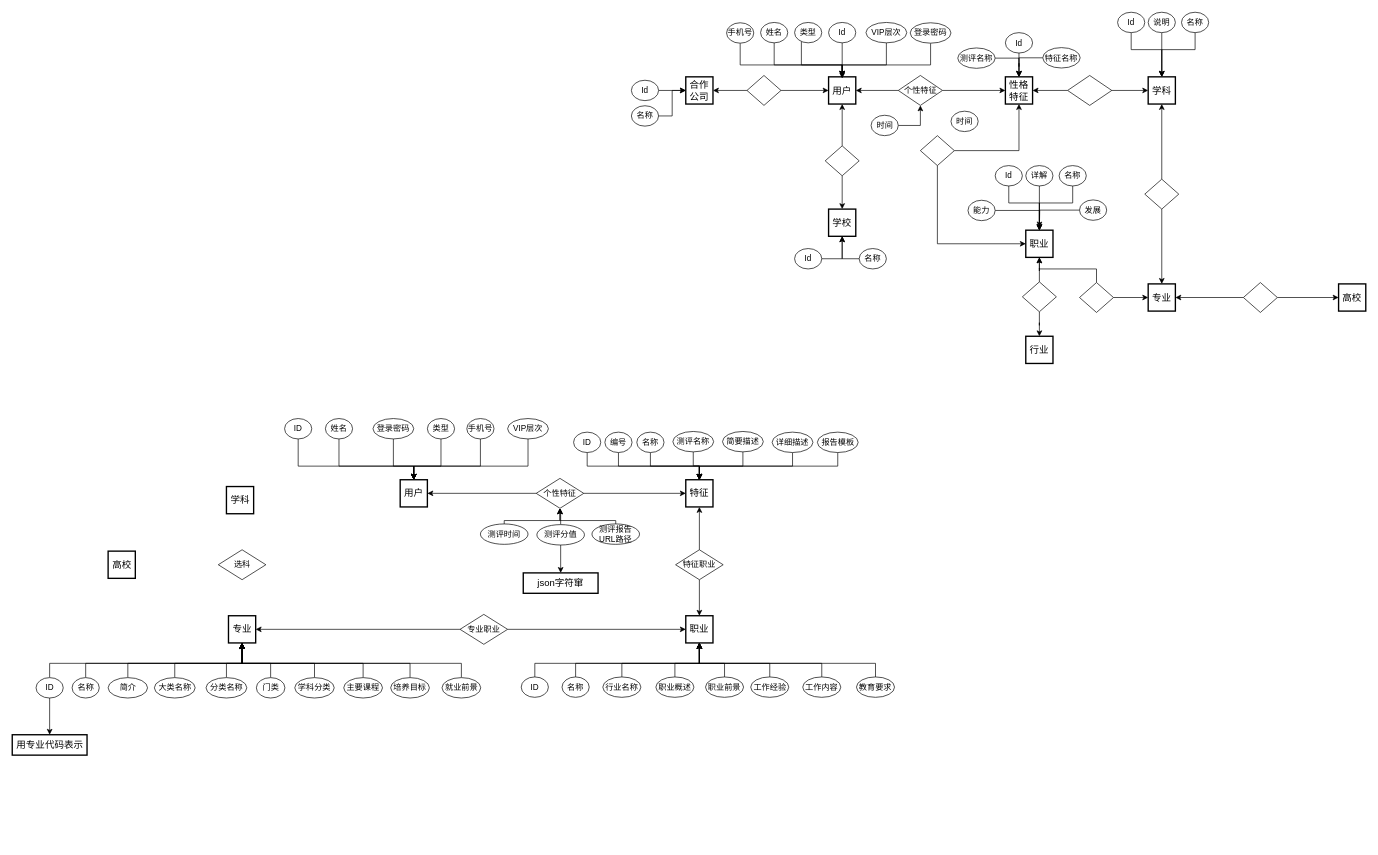
lry198010/ACES keeps this draw.io diagram as ER.drawio. Above is the earlier version. Source tidied: cells renumbered, new cells numbered last; positions are measured from the earlier drawing's top-left corner, leaving out a move shared by most shapes. Both pictures are drawn from the tidied source at 68%, with x=0, y=0 at pixel (12, 12).
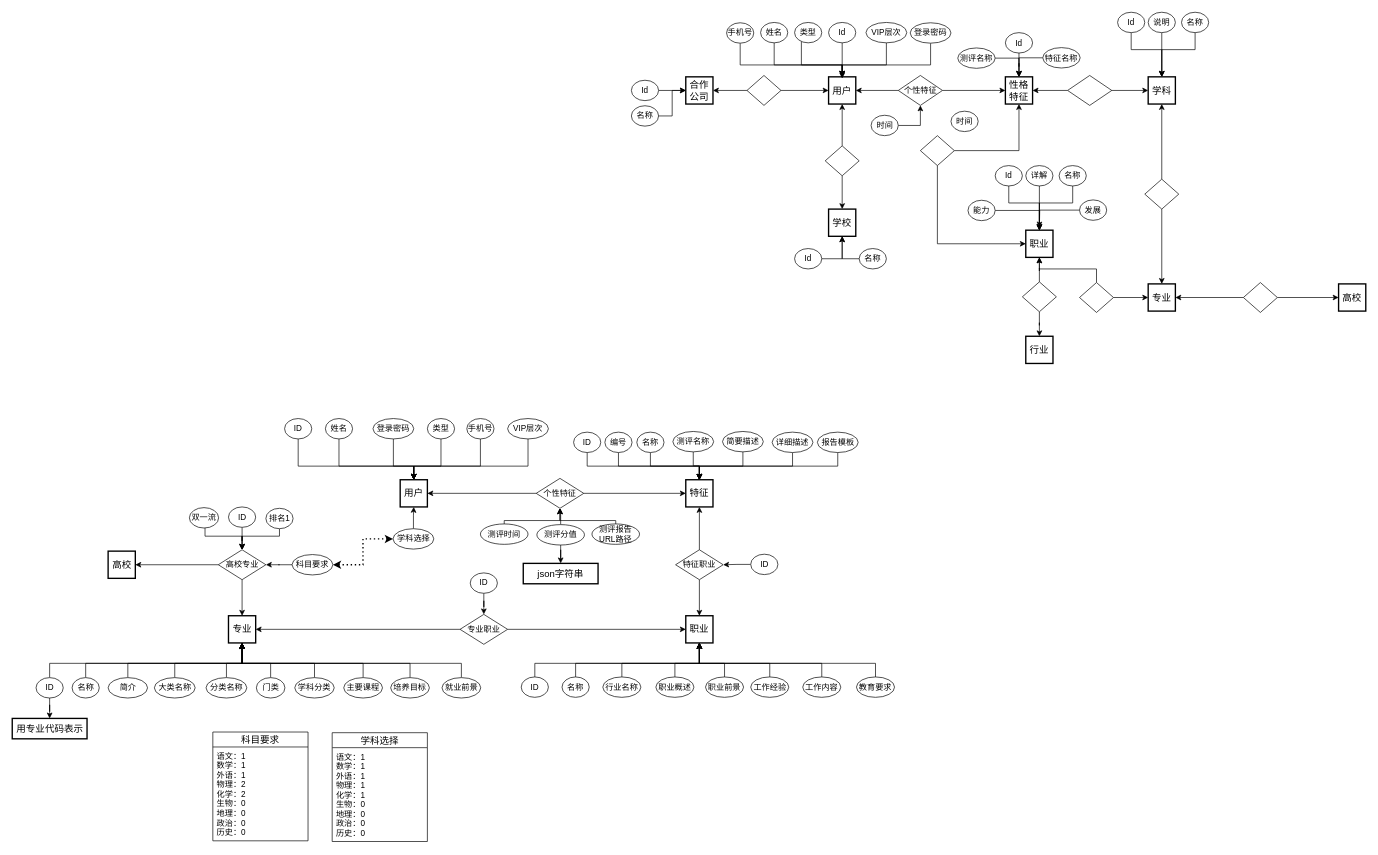
The same page after the edit.

Commit message:
基本完成选科报告模块的ER设置. ER.drawio

Unchanged cells that the change refers to:
```xml
<mxCell id="102" value="用户" style="strokeWidth=2;whiteSpace=wrap;html=1;align=center;fontSize=14;" parent="1" vertex="1">
  <mxGeometry x="570" y="688" width="40" height="40" as="geometry" />
</mxCell>
<mxCell id="141" value="特征职业" style="rhombus;whiteSpace=wrap;html=1;" parent="1" vertex="1">
  <mxGeometry x="975" y="791" width="70" height="44" as="geometry" />
</mxCell>
<mxCell id="142" value="专业" style="strokeWidth=2;whiteSpace=wrap;html=1;align=center;fontSize=14;" parent="1" vertex="1">
  <mxGeometry x="317.5" y="888" width="40" height="40" as="geometry" />
</mxCell>
<mxCell id="163" value="高校" style="strokeWidth=2;whiteSpace=wrap;html=1;align=center;fontSize=14;" parent="1" vertex="1">
  <mxGeometry x="140.5" y="793" width="40" height="40" as="geometry" />
</mxCell>
<mxCell id="169" value="专业职业" style="rhombus;whiteSpace=wrap;html=1;" parent="1" vertex="1">
  <mxGeometry x="658" y="886" width="70" height="44" as="geometry" />
</mxCell>
```

Diff of the diagram source:
```diff
@@
+    <mxCell id="172" style="edgeStyle=orthogonalEdgeStyle;rounded=0;jettySize=auto;html=1;exitX=0.5;exitY=1;exitDx=0;exitDy=0;" parent="1" edge="1" source="171" target="142">
+      <mxGeometry relative="1" as="geometry" />
+    </mxCell>
@@
     <mxCell id="152" value="用专业代码表示" style="strokeWidth=2;whiteSpace=wrap;html=1;align=center;fontSize=14;" parent="1" vertex="1">
-      <mxGeometry x="-0.5" y="1063" width="110" height="30" as="geometry" />
+      <mxGeometry x="-0.5" y="1039" width="110" height="30" as="geometry" />
     </mxCell>
@@
+    <mxCell id="173" style="edgeStyle=orthogonalEdgeStyle;rounded=0;jettySize=auto;html=1;exitX=0;exitY=0.5;exitDx=0;exitDy=0;" parent="1" edge="1" source="171" target="163">
+      <mxGeometry relative="1" as="geometry" />
+    </mxCell>
@@
-    <mxCell id="164" value="学科" style="strokeWidth=2;whiteSpace=wrap;html=1;align=center;fontSize=14;" parent="1" vertex="1">
-      <mxGeometry x="314.5" y="698" width="40" height="40" as="geometry" />
-    </mxCell>
@@
-    <mxCell id="170" value="json字符窜" style="strokeWidth=2;whiteSpace=wrap;html=1;align=center;fontSize=14;" parent="1" vertex="1">
-      <mxGeometry x="751" y="825" width="110" height="30" as="geometry" />
+    <mxCell id="170" value="json字符串" style="strokeWidth=2;whiteSpace=wrap;html=1;align=center;fontSize=14;" parent="1" vertex="1">
+      <mxGeometry x="751" y="811" width="110" height="30" as="geometry" />
     </mxCell>
-    <mxCell id="171" value="选科" style="rhombus;whiteSpace=wrap;html=1;" parent="1" vertex="1">
+    <mxCell id="171" value="高校专业" style="rhombus;whiteSpace=wrap;html=1;" parent="1" vertex="1">
       <mxGeometry x="302.5" y="791" width="70" height="44" as="geometry" />
     </mxCell>
+    <mxCell id="174" style="edgeStyle=orthogonalEdgeStyle;rounded=0;jettySize=auto;html=1;entryX=0.5;entryY=0;entryDx=0;entryDy=0;" parent="1" edge="1" source="175" target="171">
+      <mxGeometry relative="1" as="geometry" />
+    </mxCell>
+    <mxCell id="175" value="ID" style="ellipse;whiteSpace=wrap;html=1;" parent="1" vertex="1">
+      <mxGeometry x="317.5" y="728" width="40" height="30" as="geometry" />
+    </mxCell>
+    <mxCell id="176" style="edgeStyle=orthogonalEdgeStyle;rounded=0;jettySize=auto;html=1;entryX=0.5;entryY=0;entryDx=0;entryDy=0;" parent="1" edge="1" source="177" target="169">
+      <mxGeometry relative="1" as="geometry" />
+    </mxCell>
+    <mxCell id="177" value="ID" style="ellipse;whiteSpace=wrap;html=1;" parent="1" vertex="1">
+      <mxGeometry x="673" y="825" width="40" height="30" as="geometry" />
+    </mxCell>
+    <mxCell id="178" style="edgeStyle=orthogonalEdgeStyle;rounded=0;jettySize=auto;html=1;entryX=0.5;entryY=0;entryDx=0;entryDy=0;" parent="1" edge="1" source="179" target="171">
+      <mxGeometry relative="1" as="geometry">
+        <Array as="points">
+          <mxPoint x="393" y="771" />
+          <mxPoint x="338" y="771" />
+        </Array>
+      </mxGeometry>
+    </mxCell>
+    <mxCell id="179" value="排名1" style="ellipse;whiteSpace=wrap;html=1;" parent="1" vertex="1">
+      <mxGeometry x="372.5" y="730" width="40" height="30" as="geometry" />
+    </mxCell>
+    <mxCell id="180" style="edgeStyle=orthogonalEdgeStyle;rounded=0;jettySize=auto;html=1;entryX=0.5;entryY=0;entryDx=0;entryDy=0;" parent="1" edge="1" source="181" target="171">
+      <mxGeometry relative="1" as="geometry">
+        <Array as="points">
+          <mxPoint x="283" y="771" />
+          <mxPoint x="338" y="771" />
+        </Array>
+      </mxGeometry>
+    </mxCell>
+    <mxCell id="181" value="双一流" style="ellipse;whiteSpace=wrap;html=1;" parent="1" vertex="1">
+      <mxGeometry x="260" y="729" width="43" height="30" as="geometry" />
+    </mxCell>
+    <mxCell id="182" style="edgeStyle=orthogonalEdgeStyle;rounded=0;jettySize=auto;html=1;entryX=1;entryY=0.5;entryDx=0;entryDy=0;" parent="1" edge="1" source="184" target="171">
+      <mxGeometry relative="1" as="geometry" />
+    </mxCell>
+    <mxCell id="183" style="edgeStyle=orthogonalEdgeStyle;rounded=0;jettySize=auto;html=1;entryX=0;entryY=0.5;entryDx=0;entryDy=0;dashed=1;dashPattern=1 2;strokeWidth=2;startArrow=classic;startFill=1;" parent="1" edge="1" source="184" target="188">
+      <mxGeometry relative="1" as="geometry" />
+    </mxCell>
+    <mxCell id="184" value="科目要求" style="ellipse;whiteSpace=wrap;html=1;" parent="1" vertex="1">
+      <mxGeometry x="411" y="798" width="60" height="30" as="geometry" />
+    </mxCell>
+    <mxCell id="185" style="edgeStyle=orthogonalEdgeStyle;rounded=0;jettySize=auto;html=1;entryX=1;entryY=0.5;entryDx=0;entryDy=0;" parent="1" edge="1" source="186" target="141">
+      <mxGeometry relative="1" as="geometry" />
+    </mxCell>
+    <mxCell id="186" value="ID" style="ellipse;whiteSpace=wrap;html=1;" parent="1" vertex="1">
+      <mxGeometry x="1085.5" y="797.5" width="40" height="30" as="geometry" />
+    </mxCell>
+    <mxCell id="187" style="edgeStyle=orthogonalEdgeStyle;rounded=0;jettySize=auto;html=1;entryX=0.5;entryY=1;entryDx=0;entryDy=0;" parent="1" edge="1" source="188" target="102">
+      <mxGeometry relative="1" as="geometry" />
+    </mxCell>
+    <mxCell id="188" value="学科选择" style="ellipse;whiteSpace=wrap;html=1;" parent="1" vertex="1">
+      <mxGeometry x="559.5" y="760" width="60" height="30" as="geometry" />
+    </mxCell>
+    <mxCell id="189" value="学科选择" style="swimlane;fontStyle=0;horizontal=1;startSize=22;fillColor=none;swimlaneFillColor=#ffffff;align=center;fontSize=14;" parent="1" vertex="1">
+      <mxGeometry x="470" y="1060" width="140" height="160" as="geometry" />
+    </mxCell>
+    <mxCell id="190" value="语文：1&#10;数学：1&#10;外语：1&#10;物理：1&#10;化学：1&#10;生物：0&#10;地理：0&#10;政治：0&#10;历史：0" style="text;strokeColor=none;fillColor=none;spacingLeft=4;spacingRight=4;overflow=hidden;fontSize=12;" parent="189" vertex="1">
+      <mxGeometry y="22" width="140" height="138" as="geometry" />
+    </mxCell>
+    <mxCell id="191" value="科目要求" style="swimlane;fontStyle=0;horizontal=1;startSize=22;fillColor=none;swimlaneFillColor=#ffffff;align=center;fontSize=14;" parent="1" vertex="1">
+      <mxGeometry x="294.5" y="1059" width="140" height="160" as="geometry" />
+    </mxCell>
+    <mxCell id="192" value="语文：1&#10;数学：1&#10;外语：1&#10;物理：2&#10;化学：2&#10;生物：0&#10;地理：0&#10;政治：0&#10;历史：0" style="text;strokeColor=none;fillColor=none;spacingLeft=4;spacingRight=4;overflow=hidden;fontSize=12;" parent="191" vertex="1">
+      <mxGeometry y="22" width="140" height="138" as="geometry" />
+    </mxCell>
```
